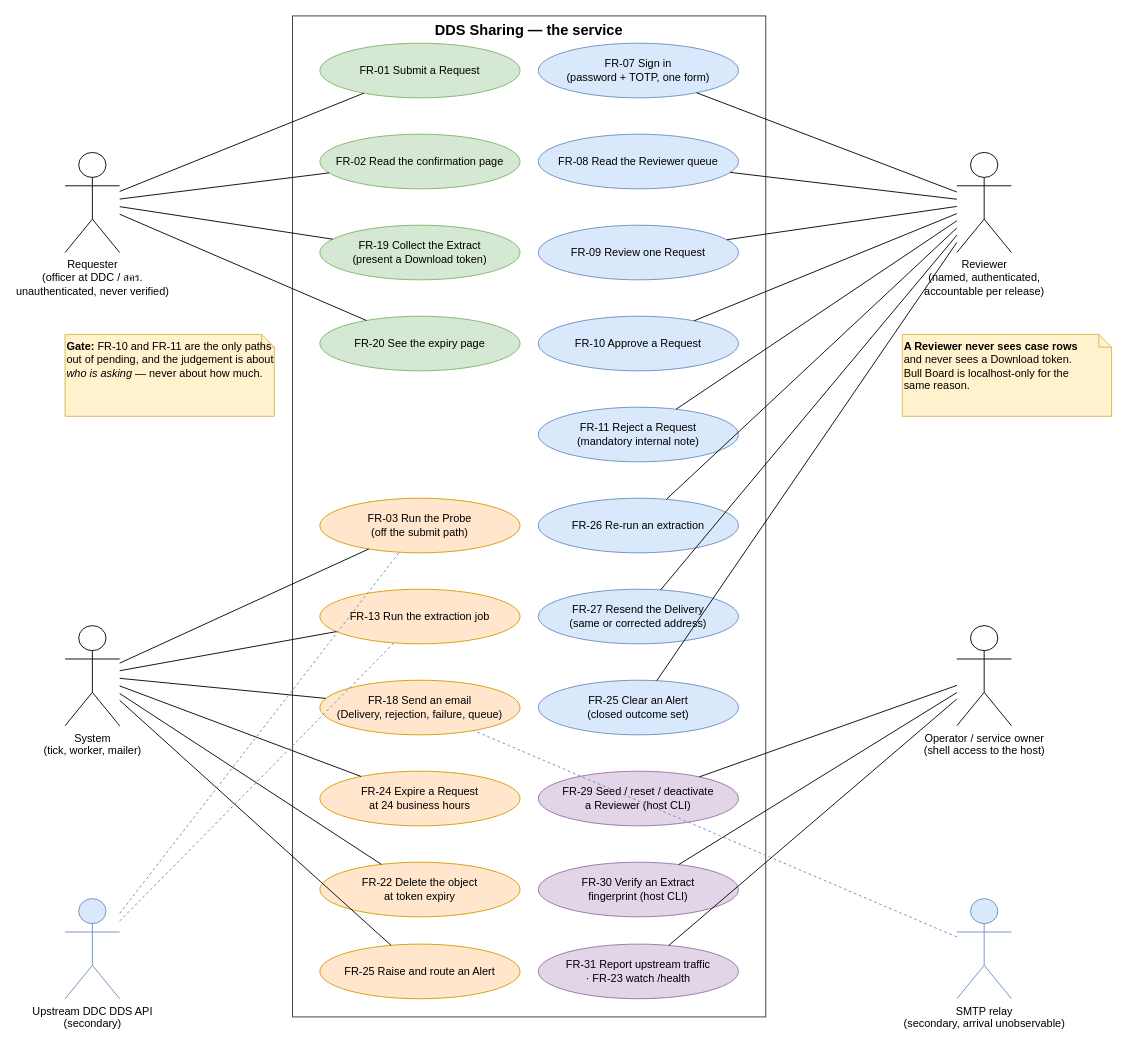
Before: docs/diagrams/use-case.drawio in rawinan-soma/dds-sharing, a draw.io diagram. Source tidied: cells renumbered, new cells numbered last; positions are measured from the earlier drawing's top-left corner, leaving out a move shared by most shapes. Both pictures are drawn from the tidied source at 91%, with x=0, y=0 at pixel (65, 15).
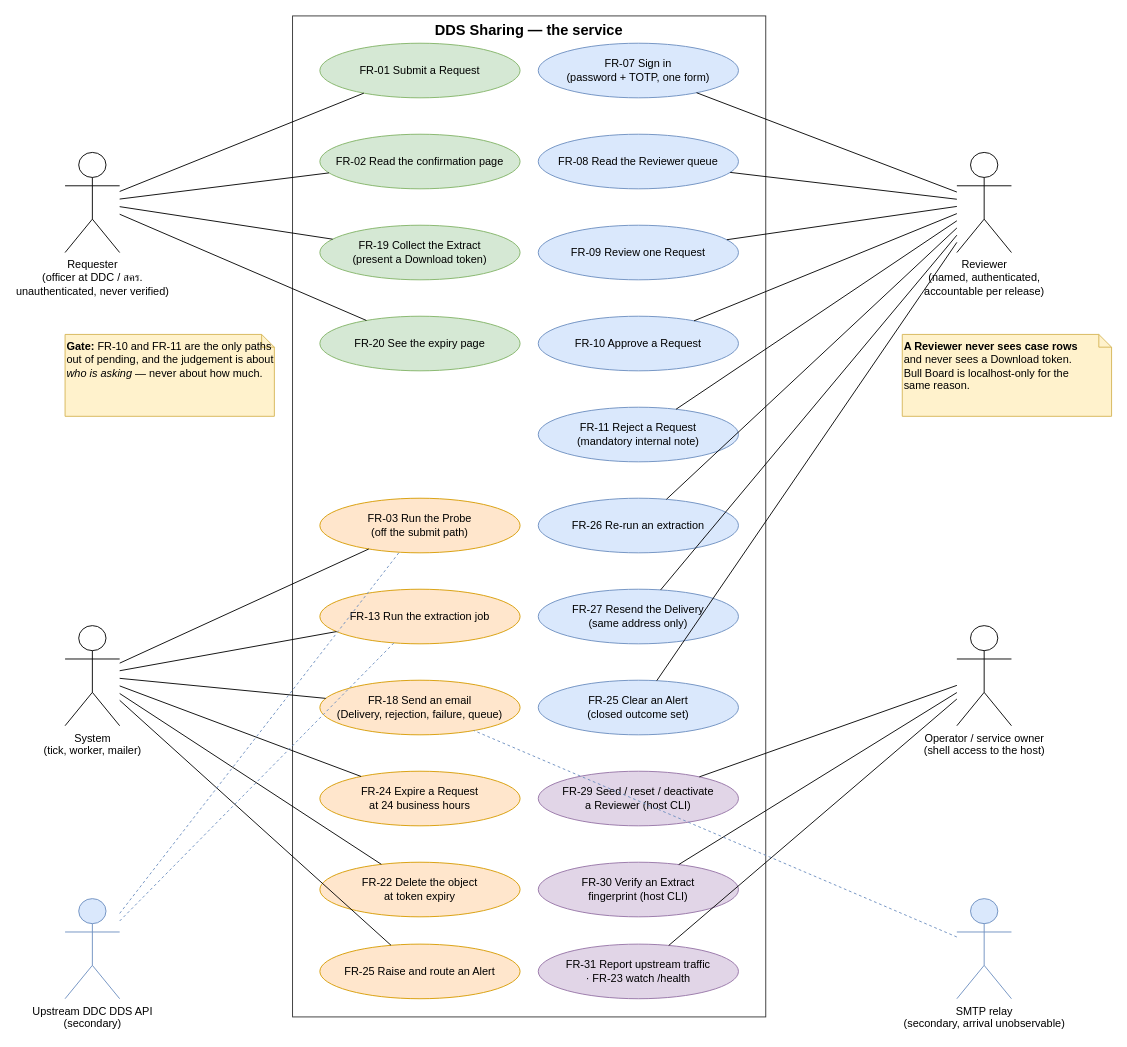
The same page after the edit.

Commit message (it also covers changes not shown here):
Resend the Delivery to the same address only, per ADR 0017

The use-case diagram still offered a corrected address. The spec and SRS
already say a Reviewer never corrects a Requester's email address; a typo
is the Requester's to catch before submit.

Diff of the diagram source:
```diff
@@
-    <mxCell id="25" value="FR-27 Resend the Delivery&#10;(same or corrected address)" style="ellipse;whiteSpace=wrap;html=1;fillColor=#dae8fc;strokeColor=#6c8ebf;" parent="1" vertex="1">
+    <mxCell id="25" value="FR-27 Resend the Delivery&#10;(same address only)" style="ellipse;whiteSpace=wrap;html=1;fillColor=#dae8fc;strokeColor=#6c8ebf;" parent="1" vertex="1">
       <mxGeometry x="520" y="630" width="220" height="60" as="geometry" />
     </mxCell>
```
